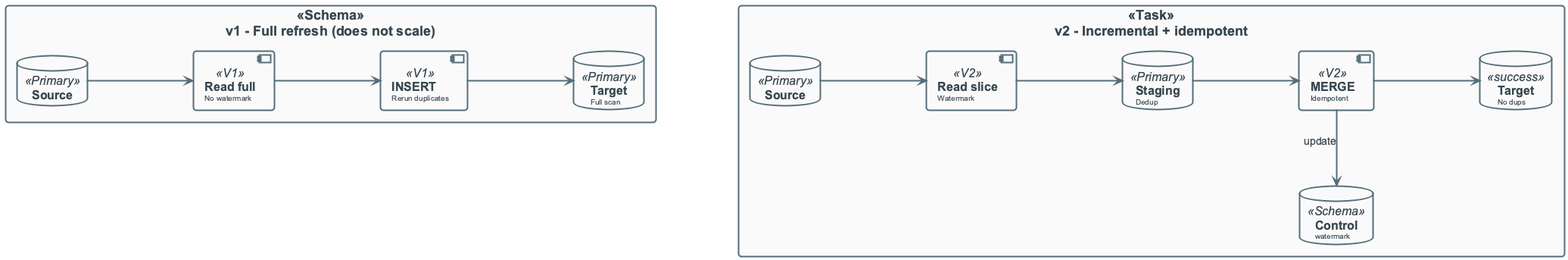
This is diagrams/week04/week4_lecture_evolution_v1_v2.png from OrPerets/data-engineering-course, a PlantUML export, as it was before one commit.
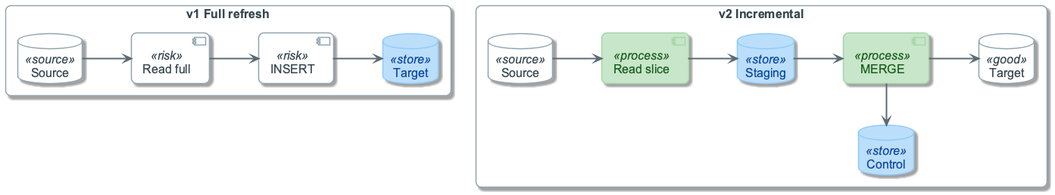
After the change.

Diff of the diagram source:
```diff
@@ -1,31 +1,35 @@
 @startuml
-
 !include ../_template_styles.puml
+!include _week4_visual_style.puml
 
 top to bottom direction
+skinparam nodesep 65
+skinparam ranksep 55
 
-rectangle "v1 - Full refresh (does not scale)" <<Schema>> {
-    database "**Source**" as S1 <<Primary>>
-    component "**Read full**\n<size:10>No watermark</size>" as R1 <<V1>>
-    component "**INSERT**\n<size:10>Rerun duplicates</size>" as I1 <<V1>>
-    database "**Target**\n<size:10>Full scan</size>" as T1 <<Primary>>
-    S1 -right-> R1
-    R1 -right-> I1
-    I1 -right-> T1
+rectangle "v1 Full refresh" as V1 {
+  database "Source" as S1 <<source>>
+  component "Read full" as R1 <<risk>>
+  component "INSERT" as I1 <<risk>>
+  database "Target" as T1 <<store>>
+  S1 -right-> R1
+  R1 -right-> I1
+  I1 -right-> T1
 }
 
-rectangle "v2 - Incremental + idempotent" <<Task>> {
-    database "**Source**" as S2 <<Primary>>
-    component "**Read slice**\n<size:10>Watermark</size>" as R2 <<V2>>
-    database "**Staging**\n<size:10>Dedup</size>" as ST2 <<Primary>>
-    component "**MERGE**\n<size:10>Idempotent</size>" as M2 <<V2>>
-    database "**Target**\n<size:10>No dups</size>" as T2 <<success>>
-    database "**Control**\n<size:10>watermark</size>" as C2 <<Schema>>
-    S2 -right-> R2
-    R2 -right-> ST2
-    ST2 -right-> M2
-    M2 -right-> T2
-    M2 -down-> C2 : "update"
+rectangle "v2 Incremental" as V2 {
+  database "Source" as S2 <<source>>
+  component "Read slice" as R2 <<process>>
+  database "Staging" as ST2 <<store>>
+  component "MERGE" as M2 <<process>>
+  database "Target" as T2 <<good>>
+  database "Control" as C2 <<store>>
+  S2 -right-> R2
+  R2 -right-> ST2
+  ST2 -right-> M2
+  M2 -right-> T2
+  M2 -down-> C2
 }
 
+T1 -[hidden]right- S2
+
 @enduml
```
